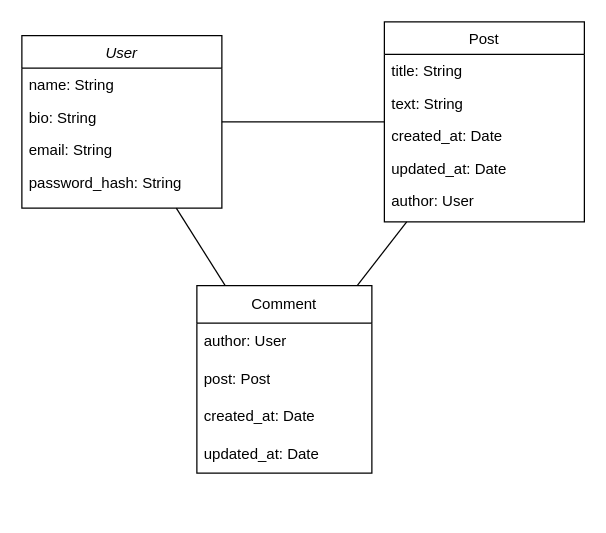
Above: blog_api.drawio in andrianarivo/odin_blog_api (draw.io), before the change. Source tidied: cells renumbered, new cells numbered last; positions are measured from the earlier drawing's top-left corner, leaving out a move shared by most shapes. Both pictures are drawn from the tidied source at 125%, with x=0, y=0 at pixel (21, 21).
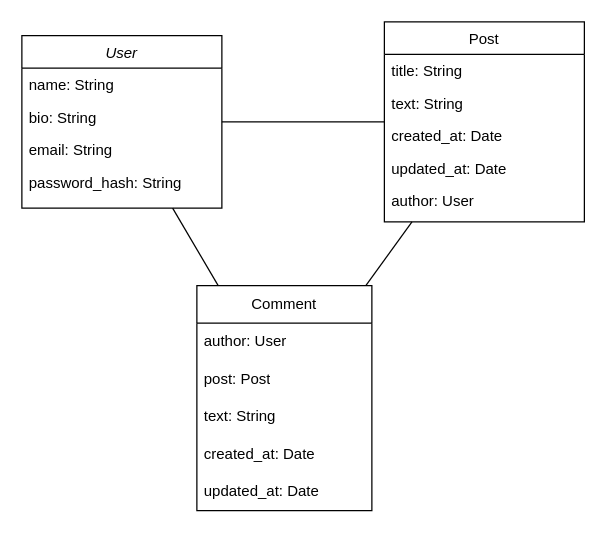
After the change.

Change to the diagram source:
```diff
@@
     <mxCell id="13" value="Comment" style="swimlane;fontStyle=0;horizontal=1;startSize=30;whiteSpace=wrap;html=1;" parent="1" vertex="1">
-      <mxGeometry x="140" y="211" width="140" height="150" as="geometry" />
+      <mxGeometry x="140" y="211" width="140" height="180" as="geometry" />
     </mxCell>
@@
+    <mxCell id="21" value="text: String" style="text;strokeColor=none;fillColor=none;align=left;verticalAlign=middle;spacingLeft=4;spacingRight=4;overflow=hidden;whiteSpace=wrap;html=1;" parent="13" vertex="1">
+      <mxGeometry y="90" width="140" height="30" as="geometry" />
+    </mxCell>
     <mxCell id="16" value="created_at: Date" style="text;strokeColor=none;fillColor=none;align=left;verticalAlign=middle;spacingLeft=4;spacingRight=4;overflow=hidden;whiteSpace=wrap;html=1;" parent="13" vertex="1">
-      <mxGeometry y="90" width="140" height="30" as="geometry" />
+      <mxGeometry y="120" width="140" height="30" as="geometry" />
     </mxCell>
     <mxCell id="17" value="updated_at: Date" style="text;strokeColor=none;fillColor=none;align=left;verticalAlign=middle;spacingLeft=4;spacingRight=4;overflow=hidden;whiteSpace=wrap;html=1;" parent="13" vertex="1">
-      <mxGeometry y="120" width="140" height="30" as="geometry" />
+      <mxGeometry y="150" width="140" height="30" as="geometry" />
     </mxCell>
```
